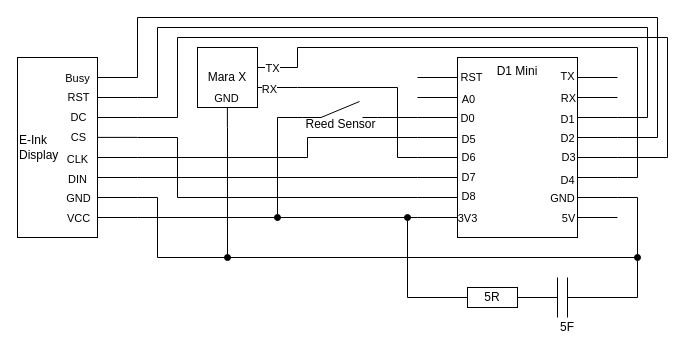
Before: documentation/mara-x-meter.drawio in Jerey/mara-x-meter, a draw.io diagram. Source tidied: cells renumbered, new cells numbered last; positions are measured from the earlier drawing's top-left corner, leaving out a move shared by most shapes. Both pictures are drawn from the tidied source at 100%, with x=0, y=0 at pixel (17, 17).
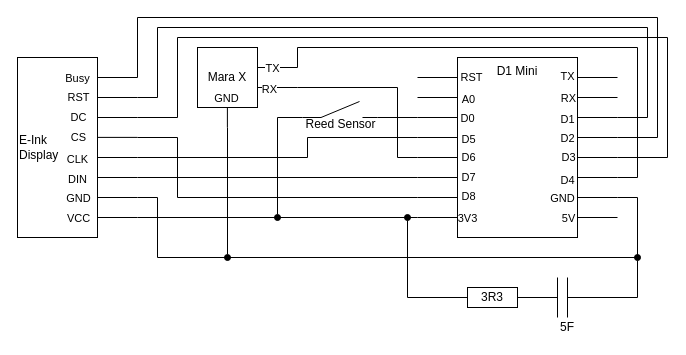
After the change.

Diff of the diagram source:
```diff
@@
-    <mxCell id="75" value="5R" style="rounded=0;whiteSpace=wrap;html=1;" parent="1" vertex="1">
+    <mxCell id="75" value="3R3" style="rounded=0;whiteSpace=wrap;html=1;" parent="1" vertex="1">
       <mxGeometry x="450" y="270" width="50" height="20" as="geometry" />
     </mxCell>
```
